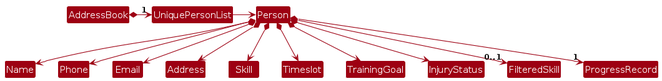
Lim-ZY/tp keeps this PlantUML diagram as diagrams/BetterModelClassDiagram.png. Above is the earlier version. Its source is kept beside it as diagrams/BetterModelClassDiagram.puml.
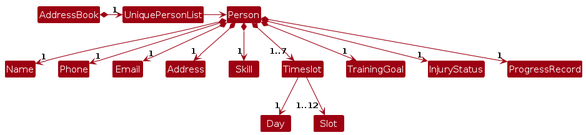
The same diagram one commit later.

The edit, as a diff of the source:
```diff
@@ -7,14 +7,15 @@
 AddressBook *-right-> "1" UniquePersonList
 UniquePersonList -right-> Person
 
-Person *--> Name
-Person *--> Phone
-Person *--> Email
-Person *--> Address
-Person *--> Skill
-Person *--> Timeslot
-Person *--> TrainingGoal
-Person *--> InjuryStatus
-Person *--> "0..1" FilteredSkill
+Person *--> "1" Name
+Person *--> "1" Phone
+Person *--> "1" Email
+Person *--> "1" Address
+Person *--> "1" Skill
+Person *--> "1..7" Timeslot
+Timeslot --> "1" Day
+Timeslot --> "1..12" Slot
+Person *--> "1" TrainingGoal
+Person *--> "1" InjuryStatus
 Person *--> "1" ProgressRecord
 @enduml
```
